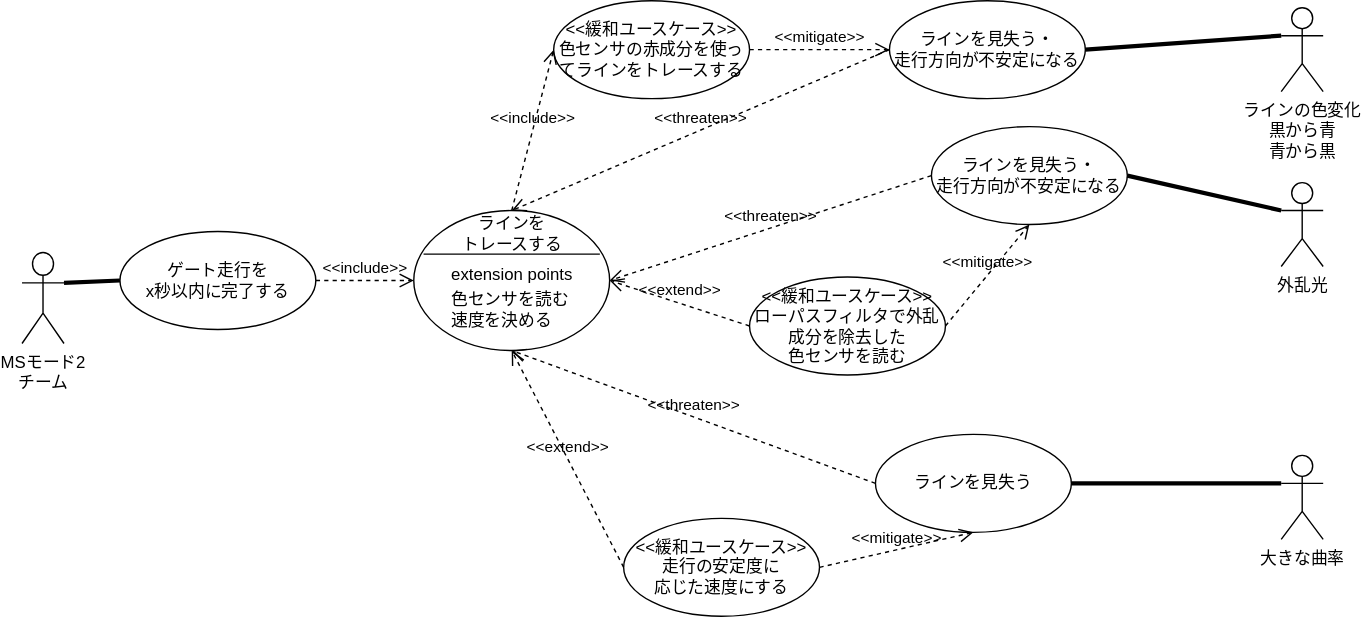
Earlier version of the draw.io export ms2021/usecase_run.drawio.svg (ymnkmstk/roboyama). Source tidied: cells renumbered, new cells last; positions are measured from the earlier drawing's top-left corner, leaving out a move shared by most shapes.
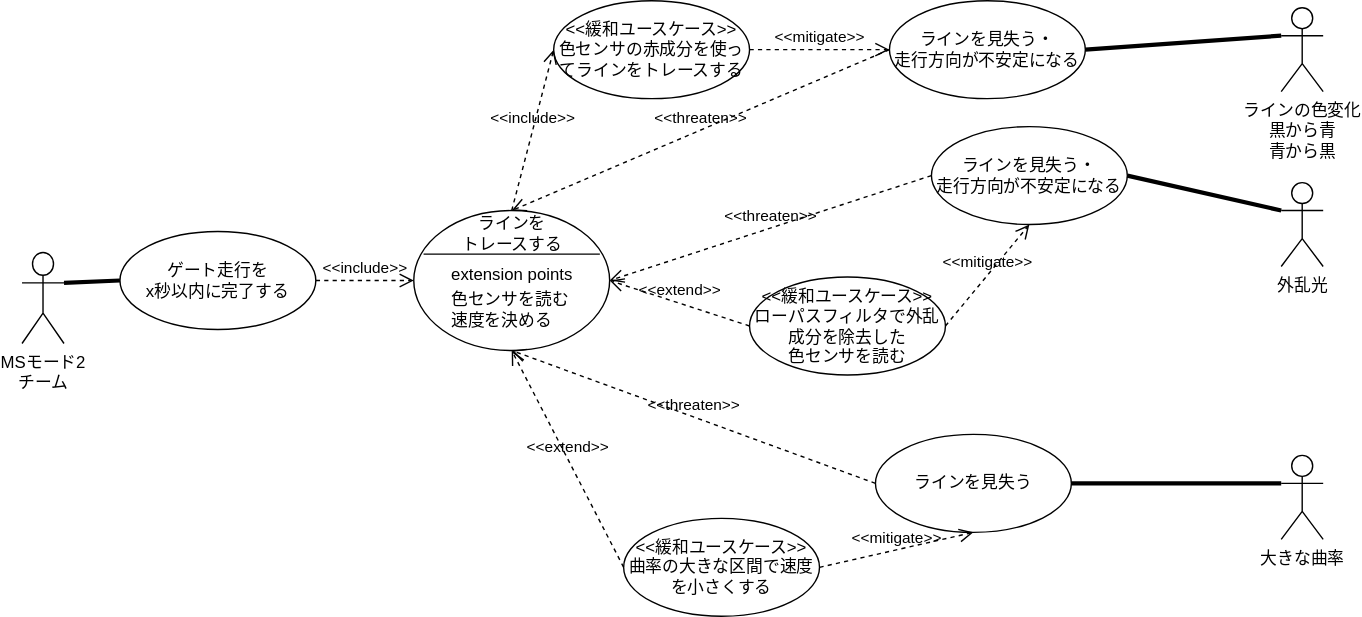
Above is the later version.

The edit, as a diff of the source:
```diff
@@ -65,7 +65,7 @@
     <mxCell id="22" value="色センサを読む&lt;br&gt;速度を決める" style="text;html=1;align=left;verticalAlign=middle;spacingLeft=25;" parent="18" vertex="1">
       <mxGeometry y="55.5" width="140" height="30.4" as="geometry" />
     </mxCell>
-    <mxCell id="23" value="&amp;lt;&amp;lt;緩和ユースケース&amp;gt;&amp;gt;&lt;br&gt;走行の安定度に&lt;br&gt;応じた速度にする" style="ellipse;whiteSpace=wrap;html=1;" parent="1" vertex="1">
+    <mxCell id="23" value="&amp;lt;&amp;lt;緩和ユースケース&amp;gt;&amp;gt;&lt;br&gt;曲率の大きな区間で速度を小さくする" style="ellipse;whiteSpace=wrap;html=1;" parent="1" vertex="1">
       <mxGeometry x="430" y="370" width="140" height="70" as="geometry" />
     </mxCell>
     <mxCell id="24" value="ラインを見失う" style="ellipse;whiteSpace=wrap;html=1;" parent="1" vertex="1">
```
